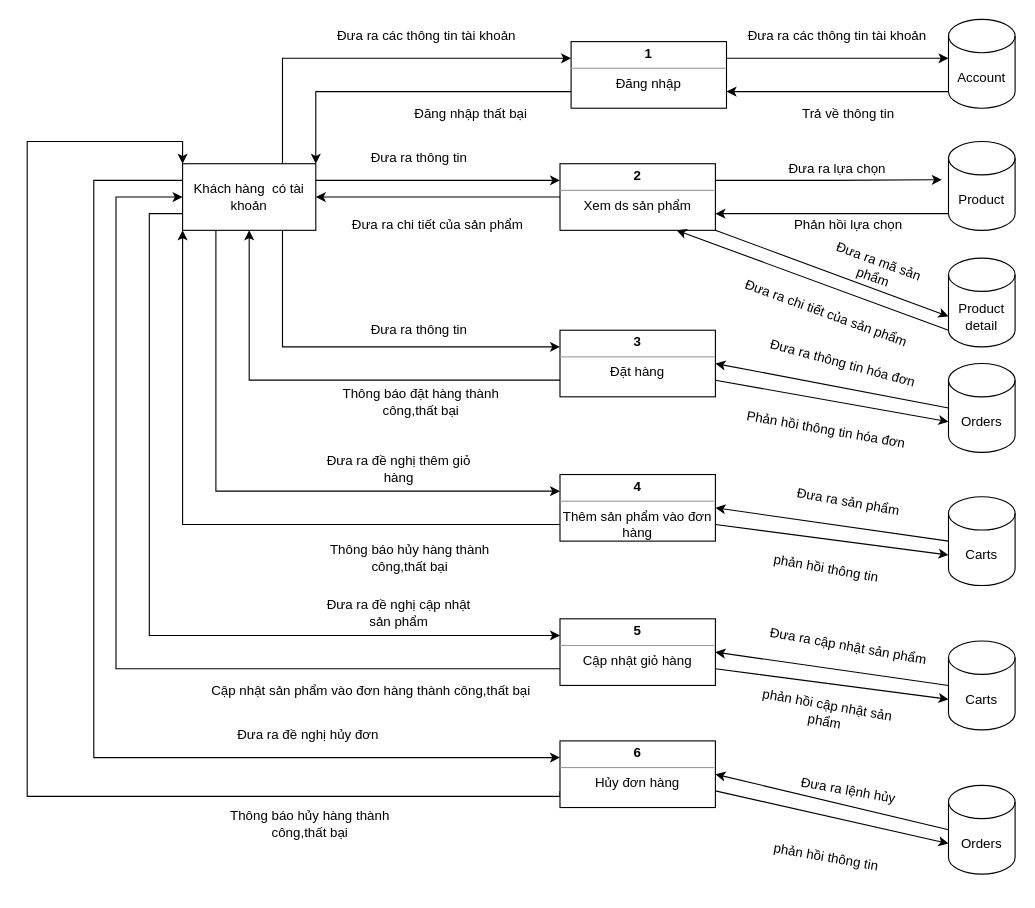
Before: page "DFD khách hàng có tài khoản" (11 of 15) of Diagram for assign.drawio in khanh8603/khanh8603, a draw.io diagram. Source tidied: cells renumbered, new cells numbered last; positions are measured from the earlier drawing's top-left corner, leaving out a move shared by most shapes. Both pictures are drawn from the tidied source at 111%, with x=0, y=0 at pixel (27, 19).
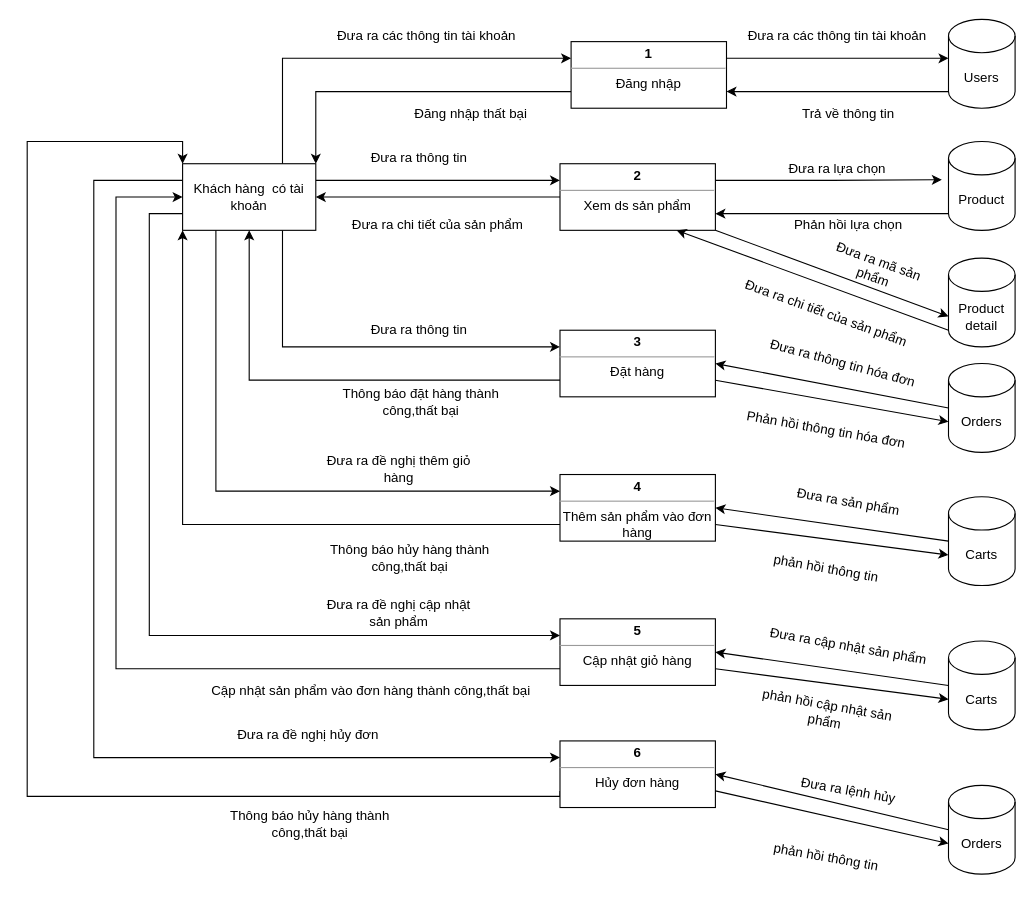
The same page after the edit.

Change to the diagram source:
```diff
@@
-    <mxCell id="8" value="Account" style="shape=cylinder3;whiteSpace=wrap;html=1;boundedLbl=1;backgroundOutline=1;size=15;strokeWidth=1;" parent="1" vertex="1">
+    <mxCell id="8" value="Users" style="shape=cylinder3;whiteSpace=wrap;html=1;boundedLbl=1;backgroundOutline=1;size=15;strokeWidth=1;" parent="1" vertex="1">
       <mxGeometry x="830" width="60" height="80" as="geometry" />
     </mxCell>
```
